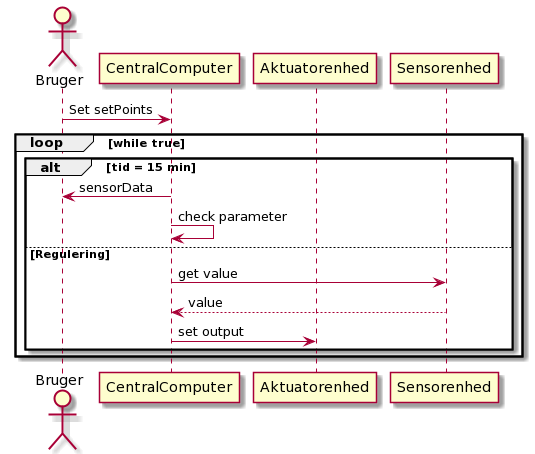
Solvgraa-mager/E4PRJ4 keeps this PlantUML diagram as Arkitektur/Sekvensdiagram/SystemSekvensDiagram.png. Above is the earlier version.
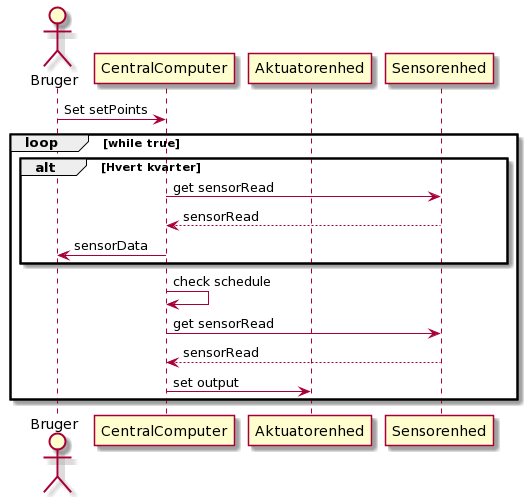
Above is the later version.

Commit message:
sekvensdiagram opdatering

What changed in the source:
```diff
@@ -4,25 +4,24 @@
 participant Aktuatorenhed
 participant Sensorenhed
 
-
 Bruger -> CentralComputer: Set setPoints
 
 loop while true
 
-        alt tid = 15 min
+        alt Hvert kvarter
+            CentralComputer -> Sensorenhed: get sensorRead
+            Sensorenhed --> CentralComputer: sensorRead
             CentralComputer -> Bruger: sensorData
-            CentralComputer -> CentralComputer:check parameter
-        else Regulering
+        end
 
-            CentralComputer -> Sensorenhed: get value
-            Sensorenhed --> CentralComputer: value
+            CentralComputer -> CentralComputer:check schedule
+
+
+            CentralComputer -> Sensorenhed: get sensorRead
+            Sensorenhed --> CentralComputer: sensorRead
 
             CentralComputer -> Aktuatorenhed: set output
 
 
-
-        end
-
-
 end
 @enduml
```
